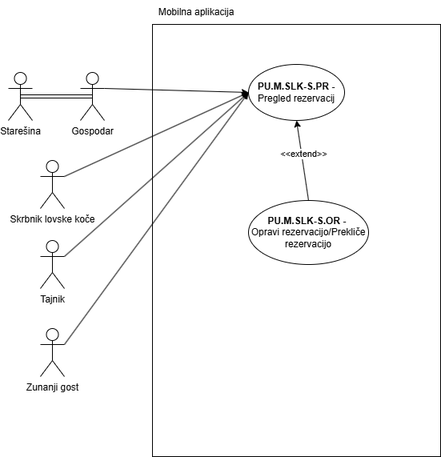
Above: Skrbnistvo lovskih koc-Mobilna aplikacija.drawio.png in ErnestISv/Lovstvo (draw.io), before the change. Source tidied: cells renumbered, new cells last; positions are measured from the earlier drawing's top-left corner, leaving out a move shared by most shapes.
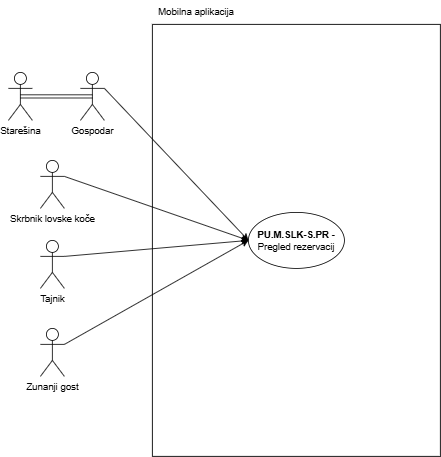
After the commit.

Change to the diagram source:
```diff
@@ -6,20 +6,11 @@
       <mxGeometry x="180" y="30" width="360" height="540" as="geometry" />
     </mxCell>
     <mxCell id="3" value="&lt;b&gt;PU.M.SLK-S.PR -&lt;/b&gt; Pregled rezervacij" style="ellipse;whiteSpace=wrap;html=1;" parent="1" vertex="1">
-      <mxGeometry x="300" y="80" width="120" height="70" as="geometry" />
+      <mxGeometry x="300" y="265" width="120" height="70" as="geometry" />
     </mxCell>
-    <mxCell id="4" value="&lt;b&gt;PU.M.SLK-S.&lt;/b&gt;&lt;b&gt;OR -&lt;/b&gt;&amp;nbsp;&lt;div&gt;Opravi rezervacijo/Prekliče rezervacijo&lt;/div&gt;" style="ellipse;whiteSpace=wrap;html=1;" parent="1" vertex="1">
-      <mxGeometry x="300" y="250" width="150" height="80" as="geometry" />
-    </mxCell>
     <mxCell id="5" value="Mobilna aplikacija" style="text;html=1;align=center;verticalAlign=middle;whiteSpace=wrap;rounded=0;" parent="1" vertex="1">
       <mxGeometry x="180" width="110" height="30" as="geometry" />
     </mxCell>
-    <mxCell id="6" style="endArrow=classic;html=1;rounded=0;exitX=0.5;exitY=0;exitDx=0;exitDy=0;entryX=0.5;entryY=1;entryDx=0;entryDy=0;" parent="1" edge="1" source="4" target="3">
-      <mxGeometry relative="1" as="geometry" />
-    </mxCell>
-    <mxCell id="7" value="&amp;lt;&amp;lt;extend&amp;gt;&amp;gt;" style="edgeLabel;html=1;align=center;verticalAlign=middle;" parent="6" vertex="1">
-      <mxGeometry x="0.16" y="-2" relative="1" as="geometry" />
-    </mxCell>
     <mxCell id="8" value="Gospodar" style="shape=umlActor;verticalLabelPosition=bottom;verticalAlign=top;html=1;outlineConnect=0;" parent="1" vertex="1">
       <mxGeometry x="90" y="90" width="30" height="60" as="geometry" />
     </mxCell>
```
